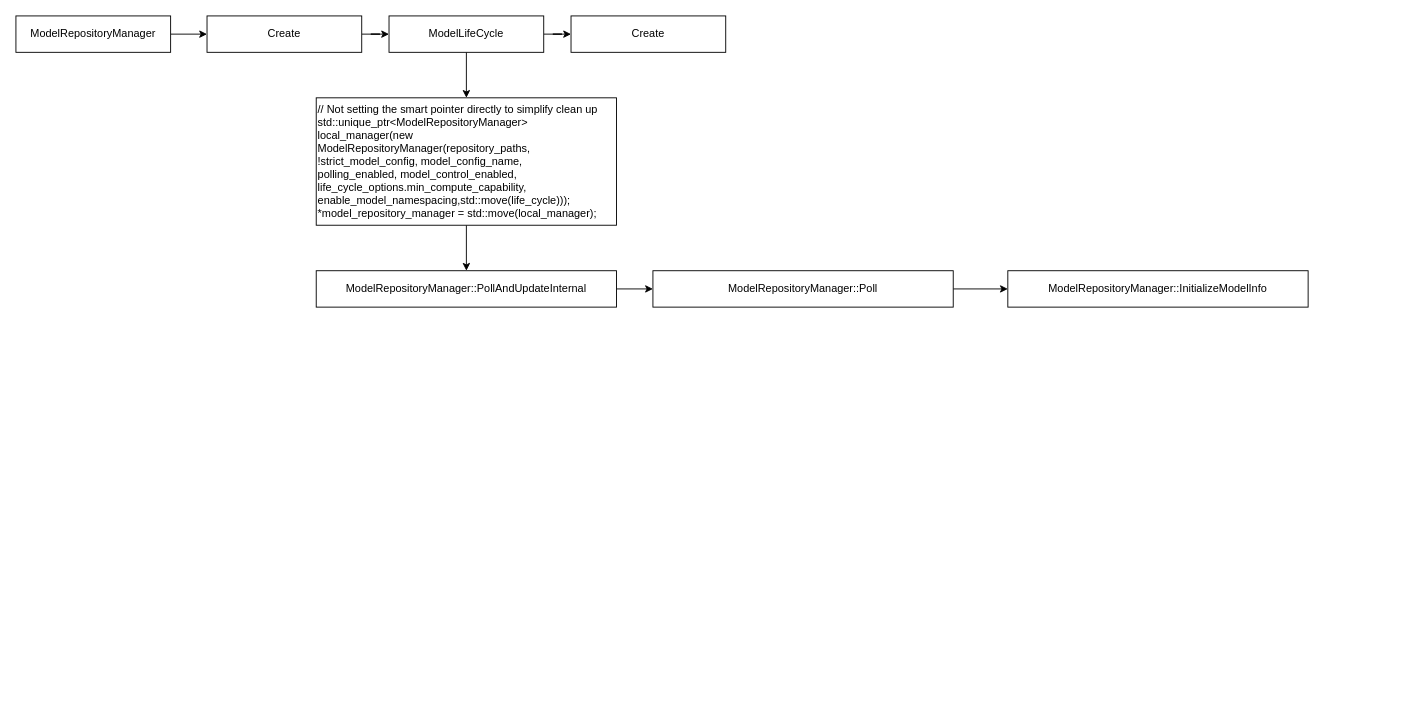
Above: ModelRepositoryManager.drawio in xiazi-yu/triton-server-read (draw.io), before the change. Source tidied: cells renumbered, new cells numbered last; positions are measured from the earlier drawing's top-left corner, leaving out a move shared by most shapes. Both pictures are drawn from the tidied source at 91%, with x=0, y=0 at pixel (15, 15).
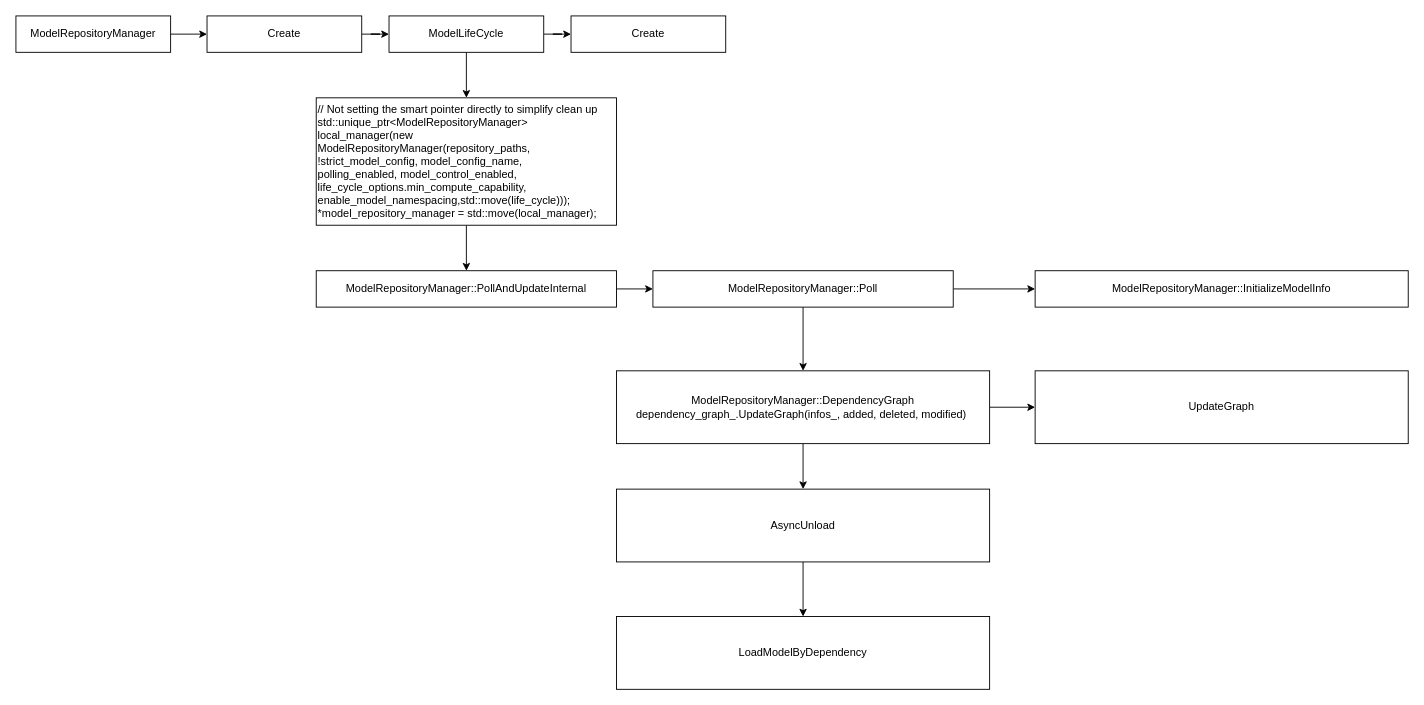
After the change.

Unchanged cells that the change refers to:
```xml
<mxCell id="15" value="&lt;div class=&quot;lake-content&quot;&gt;&lt;div class=&quot;lake-content&quot;&gt;&lt;span class=&quot;ne-text&quot;&gt;&lt;span style=&quot;background-color: transparent; color: light-dark(rgb(0, 0, 0), rgb(255, 255, 255));&quot;&gt;ModelRepositoryManager::&lt;/span&gt;Poll&lt;/span&gt;&lt;/div&gt;&lt;/div&gt;" style="rounded=0;whiteSpace=wrap;html=1;" parent="1" vertex="1">
  <mxGeometry x="700" y="280" width="330" height="40" as="geometry" />
</mxCell>
```

Change to the diagram source:
```diff
@@
+    <mxCell id="17" style="edgeStyle=orthogonalEdgeStyle;rounded=0;jettySize=auto;html=1;" parent="1" edge="1" source="15" target="20">
+      <mxGeometry relative="1" as="geometry" />
+    </mxCell>
@@
     <mxCell id="16" value="&lt;div class=&quot;lake-content&quot;&gt;&lt;div class=&quot;lake-content&quot;&gt;&lt;span class=&quot;ne-text&quot;&gt;&lt;span style=&quot;background-color: transparent; color: light-dark(rgb(0, 0, 0), rgb(255, 255, 255));&quot;&gt;ModelRepositoryManager::&lt;/span&gt;InitializeModelInfo&lt;/span&gt;&lt;/div&gt;&lt;/div&gt;" style="rounded=0;whiteSpace=wrap;html=1;" parent="1" vertex="1">
-      <mxGeometry x="1090" y="280" width="330" height="40" as="geometry" />
+      <mxGeometry x="1120" y="280" width="410" height="40" as="geometry" />
     </mxCell>
+    <mxCell id="18" style="edgeStyle=orthogonalEdgeStyle;rounded=0;jettySize=auto;html=1;" parent="1" edge="1" source="20" target="21">
+      <mxGeometry relative="1" as="geometry" />
+    </mxCell>
+    <mxCell id="19" style="edgeStyle=orthogonalEdgeStyle;rounded=0;jettySize=auto;html=1;" parent="1" edge="1" source="20" target="23">
+      <mxGeometry relative="1" as="geometry" />
+    </mxCell>
+    <mxCell id="20" value="&lt;div class=&quot;lake-content&quot;&gt;&lt;div class=&quot;lake-content&quot;&gt;&lt;span class=&quot;ne-text&quot;&gt;&lt;span style=&quot;background-color: transparent; color: light-dark(rgb(0, 0, 0), rgb(255, 255, 255));&quot;&gt;ModelRepositoryManager::&lt;/span&gt;DependencyGraph&lt;/span&gt;&lt;/div&gt;&lt;div class=&quot;lake-content&quot;&gt;&lt;span class=&quot;ne-text&quot;&gt;dependency_graph_.UpdateGraph(infos_, added, deleted, modified)&amp;nbsp;&lt;/span&gt;&lt;/div&gt;&lt;/div&gt;" style="rounded=0;whiteSpace=wrap;html=1;" parent="1" vertex="1">
+      <mxGeometry x="660" y="390" width="410" height="80" as="geometry" />
+    </mxCell>
+    <mxCell id="21" value="&lt;div class=&quot;lake-content&quot;&gt;&lt;div class=&quot;lake-content&quot;&gt;UpdateGraph&lt;/div&gt;&lt;/div&gt;" style="rounded=0;whiteSpace=wrap;html=1;" parent="1" vertex="1">
+      <mxGeometry x="1120" y="390" width="410" height="80" as="geometry" />
+    </mxCell>
+    <mxCell id="22" style="edgeStyle=orthogonalEdgeStyle;rounded=0;jettySize=auto;html=1;" parent="1" edge="1" source="23" target="24">
+      <mxGeometry relative="1" as="geometry" />
+    </mxCell>
+    <mxCell id="23" value="&lt;div class=&quot;lake-content&quot;&gt;&lt;div class=&quot;lake-content&quot;&gt;AsyncUnload&lt;/div&gt;&lt;/div&gt;" style="rounded=0;whiteSpace=wrap;html=1;" parent="1" vertex="1">
+      <mxGeometry x="660" y="520" width="410" height="80" as="geometry" />
+    </mxCell>
+    <mxCell id="24" value="&lt;div class=&quot;lake-content&quot;&gt;&lt;div class=&quot;lake-content&quot;&gt;LoadModelByDependency&lt;/div&gt;&lt;/div&gt;" style="rounded=0;whiteSpace=wrap;html=1;" parent="1" vertex="1">
+      <mxGeometry x="660" y="660" width="410" height="80" as="geometry" />
+    </mxCell>
```
